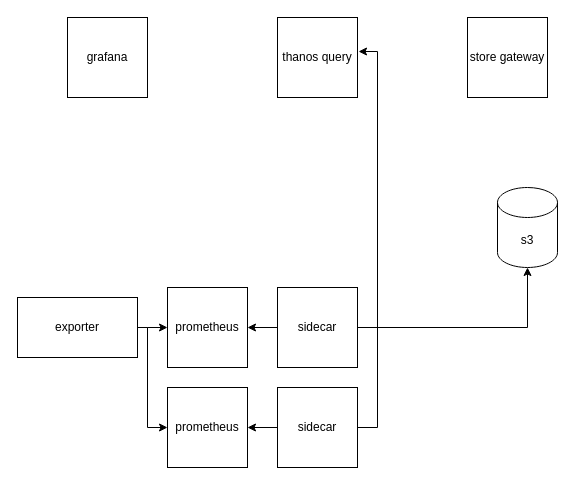
Earlier version of the draw.io diagram thanos.drawio (gaojila/drawio). Source tidied: cells renumbered, new cells numbered last; positions are measured from the earlier drawing's top-left corner, leaving out a move shared by most shapes. Both pictures are drawn from the tidied source at 100%, with x=0, y=0 at pixel (17, 17).
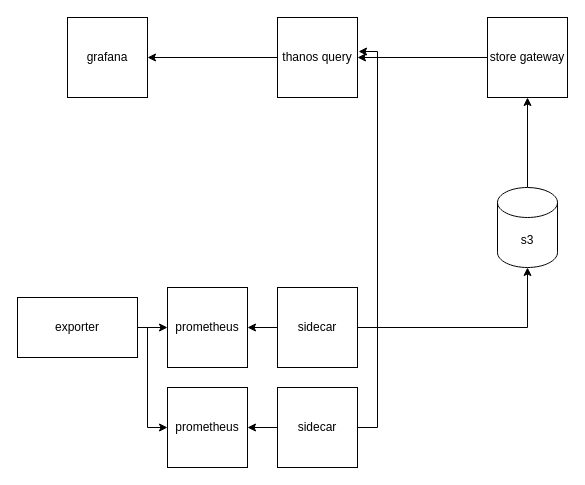
Above is the later version.

The change refers to these unchanged cells:
```xml
<mxCell id="9" value="thanos query" style="whiteSpace=wrap;html=1;" parent="1" vertex="1">
  <mxGeometry x="260" width="80" height="80" as="geometry" />
</mxCell>
<mxCell id="10" value="grafana" style="whiteSpace=wrap;html=1;" parent="1" vertex="1">
  <mxGeometry x="50" width="80" height="80" as="geometry" />
</mxCell>
<mxCell id="15" value="s3" style="shape=cylinder3;whiteSpace=wrap;html=1;boundedLbl=1;backgroundOutline=1;size=15;" parent="1" vertex="1">
  <mxGeometry x="480" y="170" width="60" height="80" as="geometry" />
</mxCell>
```

The edit, as a diff of the source:
```diff
@@
+    <mxCell id="17" style="edgeStyle=orthogonalEdgeStyle;rounded=0;jettySize=auto;html=1;entryX=1;entryY=0.5;entryDx=0;entryDy=0;" parent="1" edge="1" source="9" target="10">
+      <mxGeometry relative="1" as="geometry" />
+    </mxCell>
@@
+    <mxCell id="18" style="edgeStyle=orthogonalEdgeStyle;rounded=0;jettySize=auto;html=1;" parent="1" edge="1" source="15" target="16">
+      <mxGeometry relative="1" as="geometry" />
+    </mxCell>
@@
+    <mxCell id="19" style="edgeStyle=orthogonalEdgeStyle;rounded=0;jettySize=auto;html=1;" parent="1" edge="1" source="16" target="9">
+      <mxGeometry relative="1" as="geometry" />
+    </mxCell>
     <mxCell id="16" value="store gateway" style="whiteSpace=wrap;html=1;" parent="1" vertex="1">
-      <mxGeometry x="450" width="80" height="80" as="geometry" />
+      <mxGeometry x="470" width="80" height="80" as="geometry" />
     </mxCell>
```
